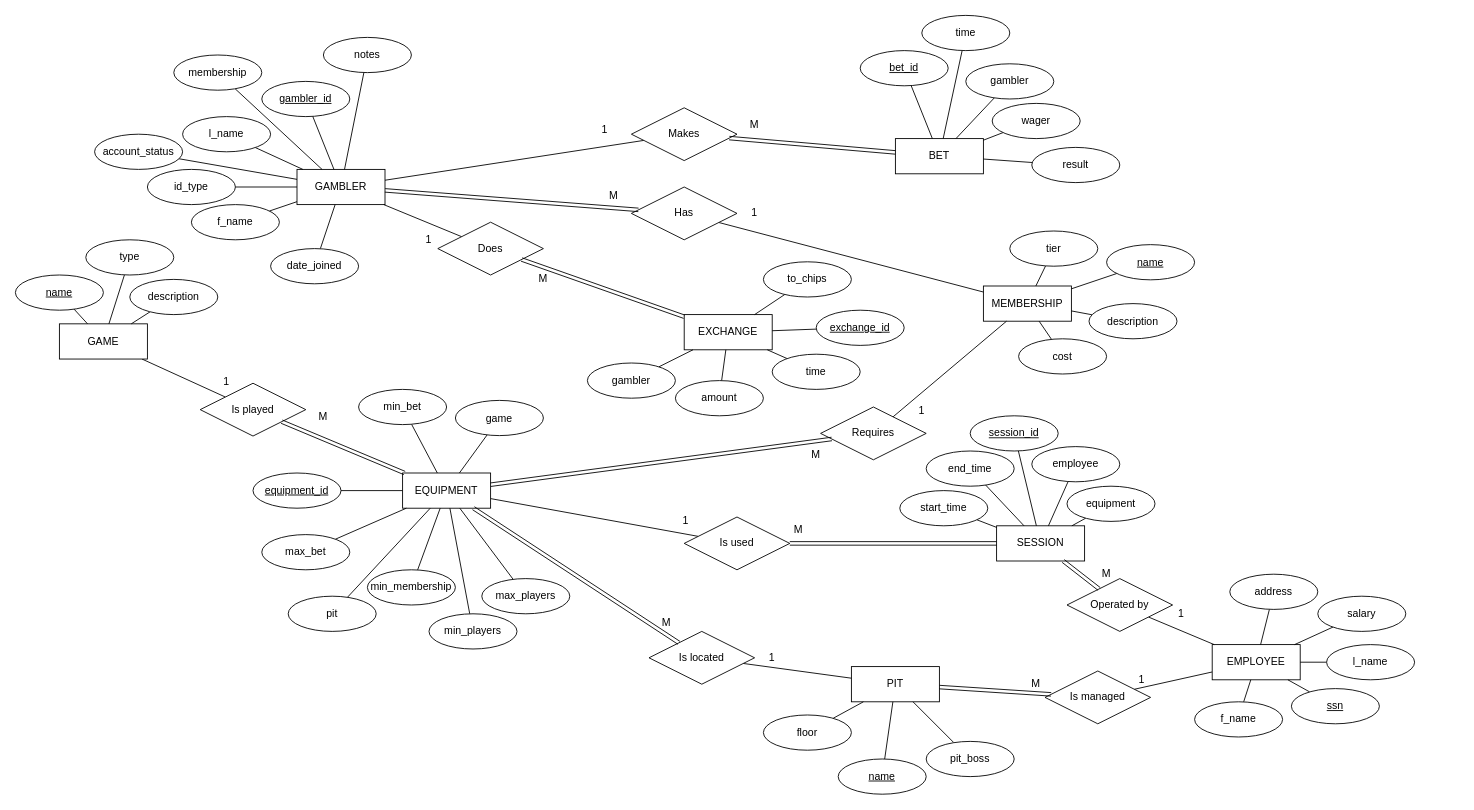
Earlier version of the draw.io diagram docs/CasinoDB_ERD.drawio (drussillo/CasinoDB). Source tidied: cells renumbered, new cells numbered last; positions are measured from the earlier drawing's top-left corner, leaving out a move shared by most shapes. Both pictures are drawn from the tidied source at 88%, with x=0, y=0 at pixel (15, 15).
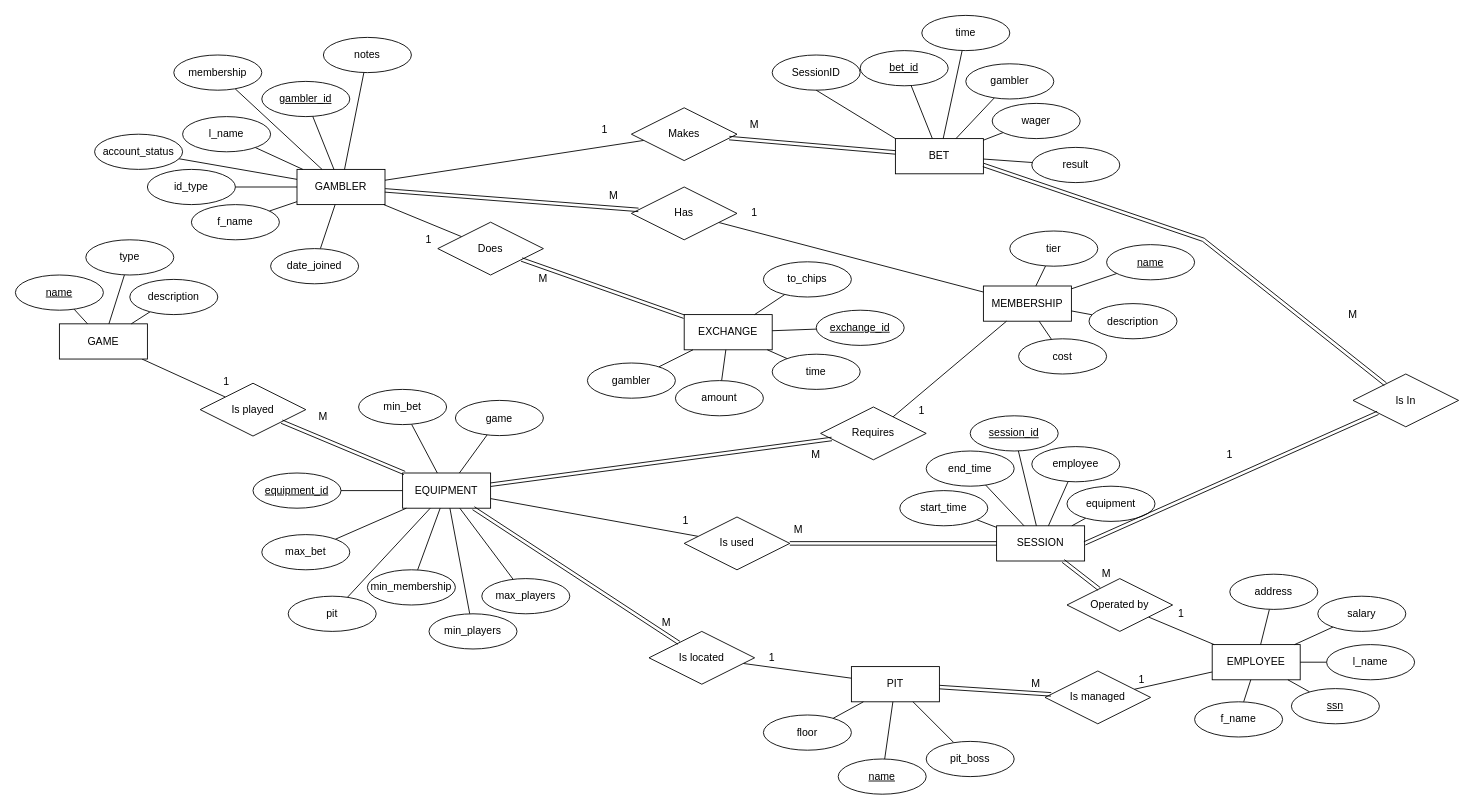
The same page after the edit.

Commit message (it also covers changes not shown here):
updated docs, add NOTNULL to BET's sessionid fk

The change refers to these unchanged cells:
```xml
<mxCell id="13" value="BET" style="whiteSpace=wrap;html=1;align=center;" parent="1" vertex="1">
  <mxGeometry x="1000" y="140" width="100" height="40" as="geometry" />
</mxCell>
<mxCell id="14" value="SESSION" style="whiteSpace=wrap;html=1;align=center;" parent="1" vertex="1">
  <mxGeometry x="1115" y="580" width="100" height="40" as="geometry" />
</mxCell>
```

What changed in the source:
```diff
@@
+    <mxCell id="148" value="SessionID" style="ellipse;whiteSpace=wrap;html=1;align=center;" parent="1" vertex="1">
+      <mxGeometry x="860" y="45" width="100" height="40" as="geometry" />
+    </mxCell>
+    <mxCell id="149" value="Is In" style="shape=rhombus;perimeter=rhombusPerimeter;whiteSpace=wrap;html=1;align=center;" parent="1" vertex="1">
+      <mxGeometry x="1520" y="407.5" width="120" height="60" as="geometry" />
+    </mxCell>
+    <mxCell id="150" style="rounded=0;jettySize=auto;html=1;endArrow=none;endFill=0;exitX=0.5;exitY=1;exitDx=0;exitDy=0;entryX=0;entryY=0;entryDx=0;entryDy=0;" parent="1" edge="1" source="148" target="13">
+      <mxGeometry relative="1" as="geometry" />
+    </mxCell>
+    <mxCell id="151" style="shape=link;html=1;rounded=0;exitX=1;exitY=0.75;exitDx=0;exitDy=0;" parent="1" edge="1" source="13" target="149">
+      <mxGeometry relative="1" as="geometry">
+        <Array as="points">
+          <mxPoint x="1350" y="255" />
+        </Array>
+      </mxGeometry>
+    </mxCell>
+    <mxCell id="152" style="shape=link;html=1;rounded=0;exitX=1;exitY=0.5;exitDx=0;exitDy=0;" parent="1" edge="1" source="14" target="149">
+      <mxGeometry relative="1" as="geometry" />
+    </mxCell>
+    <mxCell id="153" value="1" style="text;html=1;whiteSpace=wrap;strokeColor=none;fillColor=none;align=center;verticalAlign=middle;rounded=0;" parent="1" vertex="1">
+      <mxGeometry x="1350" y="485" width="60" height="30" as="geometry" />
+    </mxCell>
+    <mxCell id="154" value="M" style="text;html=1;whiteSpace=wrap;strokeColor=none;fillColor=none;align=center;verticalAlign=middle;rounded=0;" parent="1" vertex="1">
+      <mxGeometry x="1490" y="325" width="60" height="30" as="geometry" />
+    </mxCell>
```
